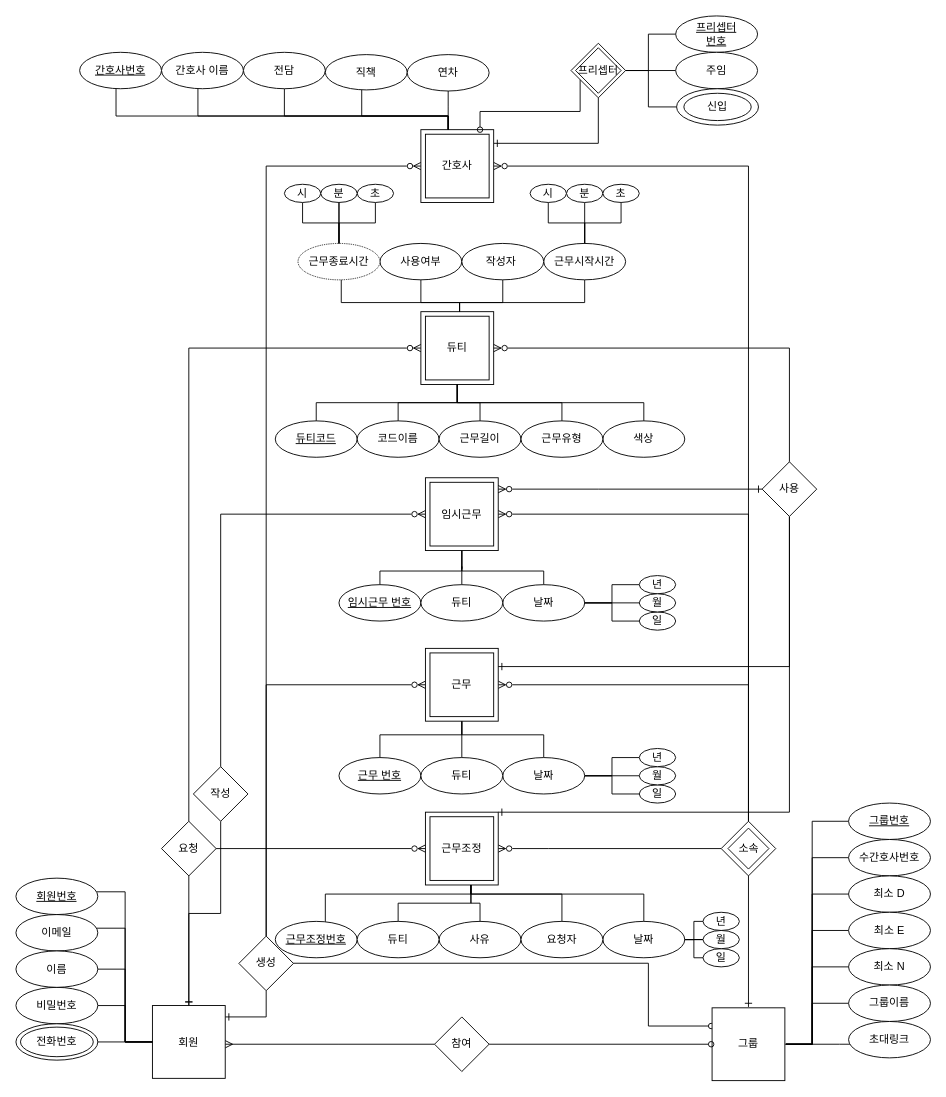
Before: Untitled Diagram.drawio in pyoyeongun/webdanseom, a draw.io diagram. Source tidied: cells renumbered, new cells numbered last; positions are measured from the earlier drawing's top-left corner, leaving out a move shared by most shapes. Both pictures are drawn from the tidied source at 91%, with x=0, y=0 at pixel (15, 15).
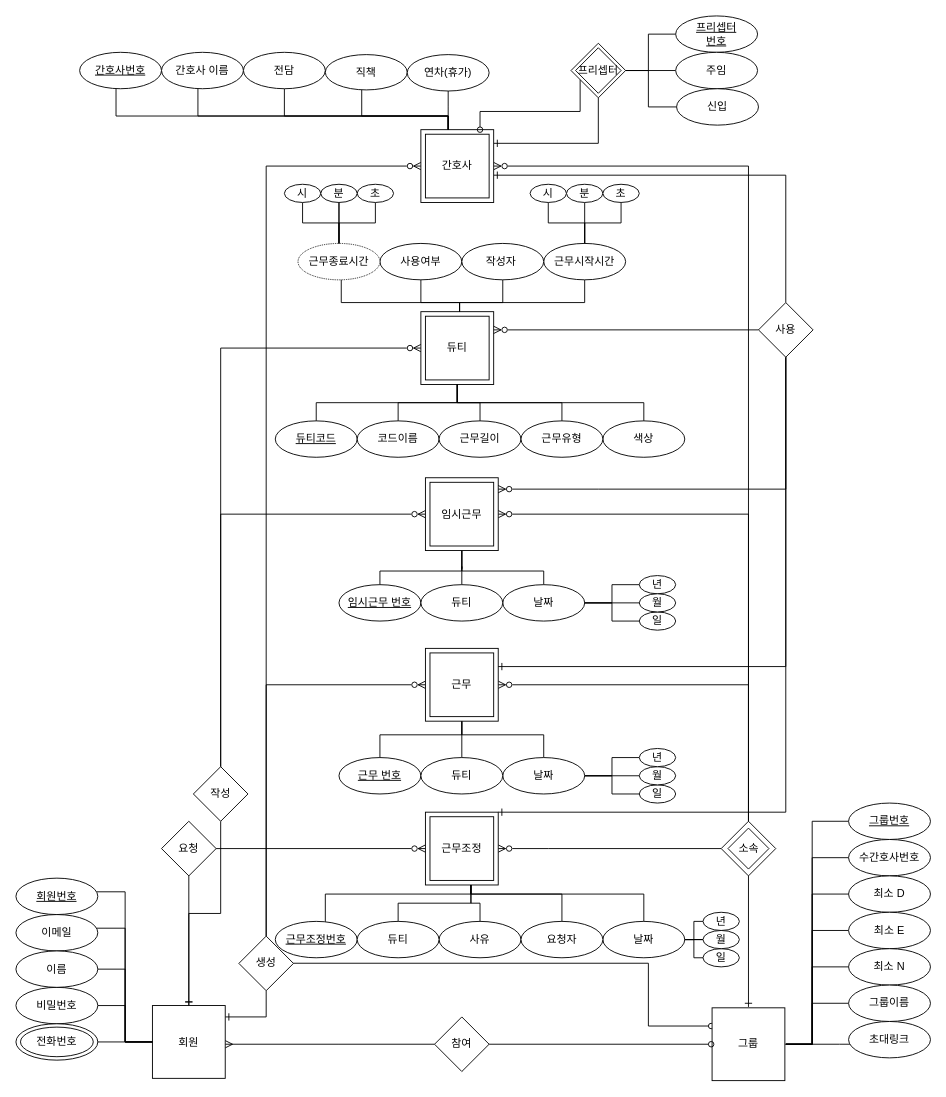
The same diagram, later.

Unchanged cells that the change refers to:
```xml
<mxCell id="16" style="whiteSpace=wrap;html=1;perimeterSpacing=0;" parent="1" vertex="1">
  <mxGeometry x="450" y="507.5" width="80" height="80" as="geometry" />
</mxCell>
<mxCell id="21" style="whiteSpace=wrap;html=1;" parent="1" vertex="1">
  <mxGeometry x="450" y="695" width="80" height="80" as="geometry" />
</mxCell>
<mxCell id="28" value="작성" style="rhombus;whiteSpace=wrap;html=1;" parent="1" vertex="1">
  <mxGeometry x="195" y="825" width="60" height="60" as="geometry" />
</mxCell>
<mxCell id="30" value="요청" style="rhombus;whiteSpace=wrap;html=1;" parent="1" vertex="1">
  <mxGeometry x="160" y="885" width="60" height="60" as="geometry" />
</mxCell>
<mxCell id="73" style="whiteSpace=wrap;html=1;gradientColor=#ffffff;gradientDirection=south;strokeColor=default;rounded=0;" parent="1" vertex="1">
  <mxGeometry x="445" y="125" width="80" height="80" as="geometry" />
</mxCell>
<mxCell id="89" style="whiteSpace=wrap;html=1;" parent="1" vertex="1">
  <mxGeometry x="450" y="875" width="80" height="80" as="geometry" />
</mxCell>
<mxCell id="100" style="whiteSpace=wrap;html=1;" parent="1" vertex="1">
  <mxGeometry x="445" y="325" width="80" height="80" as="geometry" />
</mxCell>
```

Change to the diagram source:
```diff
@@
-    <mxCell id="22" style="edgeStyle=orthogonalEdgeStyle;rounded=0;jettySize=auto;html=1;startArrow=ERzeroToMany;startFill=0;endArrow=none;endFill=0;" parent="1" edge="1" source="100" target="30">
+    <mxCell id="22" style="edgeStyle=orthogonalEdgeStyle;rounded=0;jettySize=auto;html=1;startArrow=ERzeroToMany;startFill=0;endArrow=none;endFill=0;" parent="1" edge="1" source="100" target="28">
       <mxGeometry relative="1" as="geometry" />
     </mxCell>
@@
+    <mxCell id="158" style="edgeStyle=orthogonalEdgeStyle;rounded=0;jettySize=auto;html=1;startArrow=ERone;startFill=0;endArrow=none;endFill=0;" parent="1" edge="1" source="73" target="151">
+      <mxGeometry relative="1" as="geometry">
+        <Array as="points">
+          <mxPoint x="846" y="175" />
+        </Array>
+      </mxGeometry>
+    </mxCell>
@@
-    <mxCell id="83" value="연차" style="ellipse;whiteSpace=wrap;html=1;" parent="1" vertex="1">
+    <mxCell id="83" value="연차(휴가)" style="ellipse;whiteSpace=wrap;html=1;" parent="1" vertex="1">
       <mxGeometry x="430" y="42.5" width="90" height="40" as="geometry" />
     </mxCell>
@@
     <mxCell id="88" style="edgeStyle=orthogonalEdgeStyle;rounded=0;jettySize=auto;html=1;startArrow=ERone;startFill=0;endArrow=none;endFill=0;" parent="1" edge="1" source="89" target="151">
       <mxGeometry relative="1" as="geometry">
         <Array as="points">
-          <mxPoint x="850" y="875" />
+          <mxPoint x="846" y="875" />
         </Array>
       </mxGeometry>
     </mxCell>
@@
-    <mxCell id="139" style="ellipse;whiteSpace=wrap;html=1;fontStyle=0;" parent="1" vertex="1">
+    <mxCell id="139" value="&lt;span&gt;신입&lt;/span&gt;" style="ellipse;whiteSpace=wrap;html=1;fontStyle=0;" parent="1" vertex="1">
       <mxGeometry x="726" y="80" width="90" height="40" as="geometry" />
     </mxCell>
-    <mxCell id="140" value="&lt;span&gt;신입&lt;/span&gt;" style="ellipse;whiteSpace=wrap;html=1;fontStyle=0;" parent="1" vertex="1">
-      <mxGeometry x="734" y="85" width="74" height="30" as="geometry" />
-    </mxCell>
@@
     <mxCell id="143" style="edgeStyle=orthogonalEdgeStyle;rounded=0;jettySize=auto;html=1;startArrow=ERone;startFill=0;endArrow=none;endFill=0;" parent="1" edge="1" source="21" target="151">
       <mxGeometry relative="1" as="geometry">
         <Array as="points">
-          <mxPoint x="850" y="715" />
+          <mxPoint x="846" y="715" />
         </Array>
       </mxGeometry>
     </mxCell>
@@
-    <mxCell id="150" style="edgeStyle=orthogonalEdgeStyle;rounded=0;jettySize=auto;html=1;startArrow=ERone;startFill=0;endArrow=ERzeroToMany;endFill=0;" parent="1" edge="1" source="151" target="16">
+    <mxCell id="150" style="edgeStyle=orthogonalEdgeStyle;rounded=0;jettySize=auto;html=1;startArrow=none;startFill=0;endArrow=ERzeroToMany;endFill=0;" parent="1" edge="1" source="151" target="16">
       <mxGeometry relative="1" as="geometry">
         <Array as="points">
           <mxPoint x="640" y="520" />
           <mxPoint x="640" y="520" />
         </Array>
       </mxGeometry>
     </mxCell>
     <mxCell id="151" value="사용" style="rhombus;whiteSpace=wrap;html=1;" parent="1" vertex="1">
-      <mxGeometry x="820" y="490" width="60" height="60" as="geometry" />
+      <mxGeometry x="816" y="315" width="60" height="60" as="geometry" />
     </mxCell>
```
